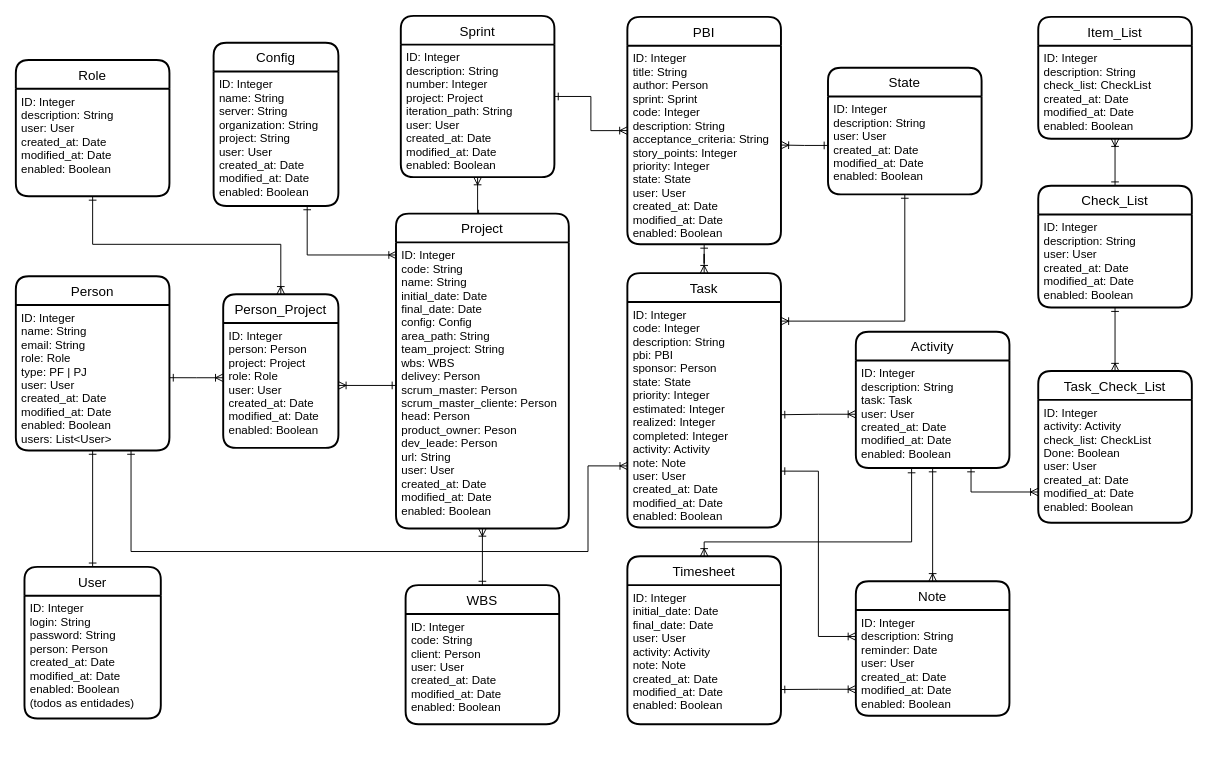
Earlier version of the draw.io diagram modelo_dados.drawio (marcoscrocci/timesheet). Source tidied: cells renumbered, new cells numbered last; positions are measured from the earlier drawing's top-left corner, leaving out a move shared by most shapes. Both pictures are drawn from the tidied source at 96%, with x=0, y=0 at pixel (15, 15).
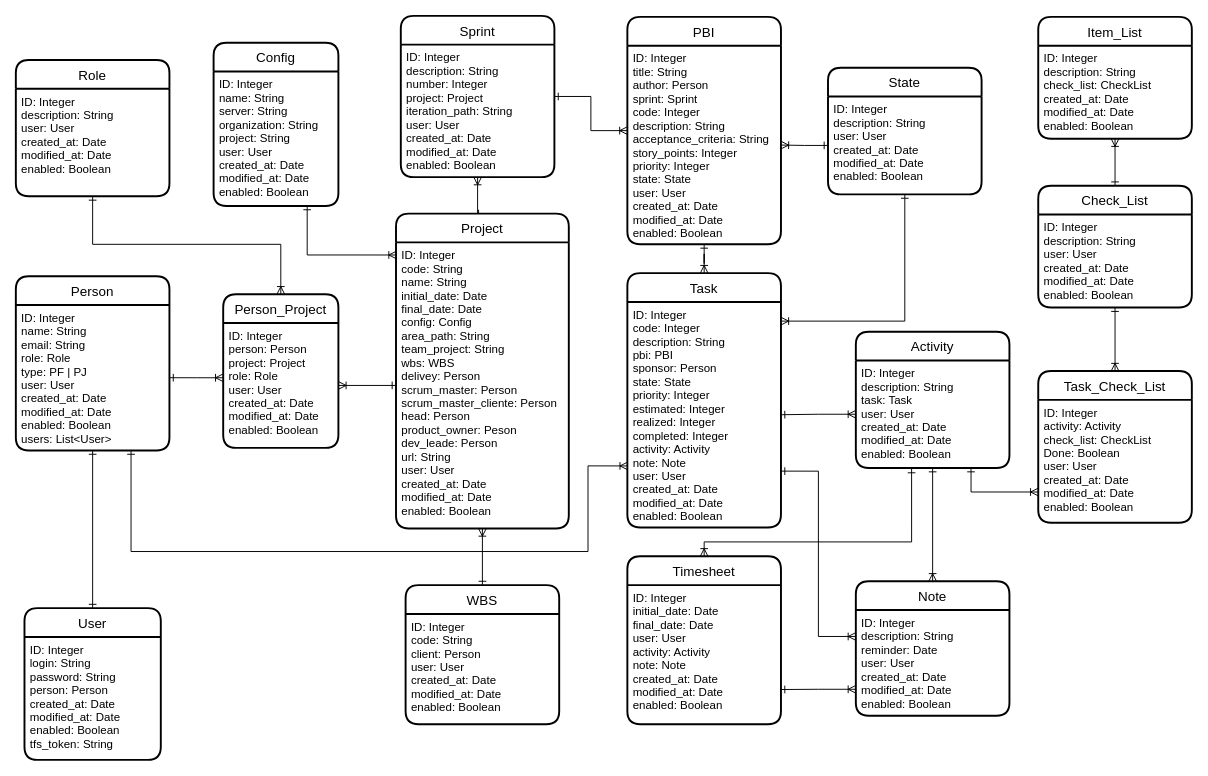
Above is the later version.

Diff of the diagram source:
```diff
@@
     <mxCell id="36" value="User" style="swimlane;horizontal=1;startSize=30;rounded=1;fontSize=14;fontStyle=0;strokeWidth=2;shadow=0;dashed=0;align=center;" parent="1" vertex="1">
-      <mxGeometry x="9" y="574" width="142" height="158" as="geometry" />
+      <mxGeometry x="9" y="617" width="142" height="158" as="geometry" />
     </mxCell>
-    <mxCell id="37" value="ID: Integer&#10;login: String&#10;password: String&#10;person: Person&#10;created_at: Date&#10;modified_at: Date&#10;enabled: Boolean&#10;(todos as entidades)" style="align=left;strokeColor=none;fillColor=none;spacingLeft=4;fontSize=12;verticalAlign=top;" parent="36" vertex="1">
+    <mxCell id="37" value="ID: Integer&#10;login: String&#10;password: String&#10;person: Person&#10;created_at: Date&#10;modified_at: Date&#10;enabled: Boolean&#10;tfs_token: String" style="align=left;strokeColor=none;fillColor=none;spacingLeft=4;fontSize=12;verticalAlign=top;" parent="36" vertex="1">
       <mxGeometry y="30" width="142" height="128" as="geometry" />
     </mxCell>
```
